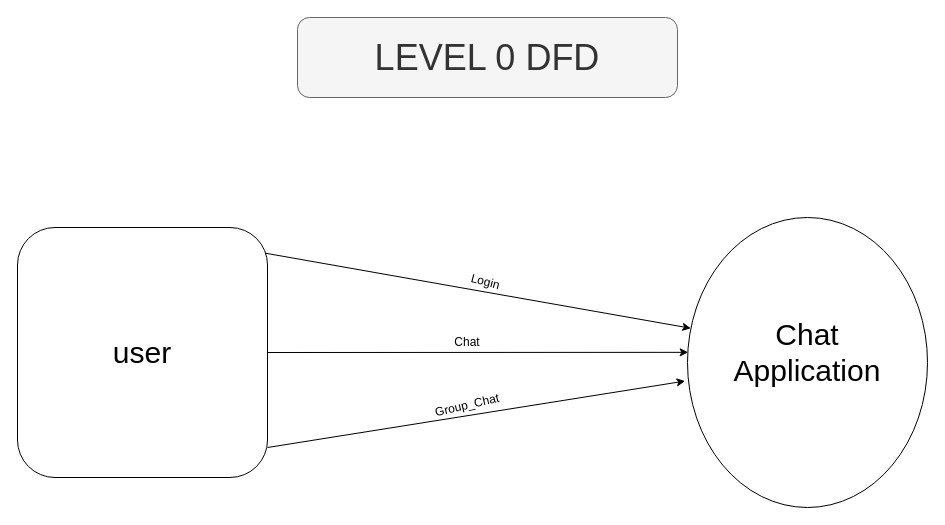
The draw.io diagram page "Page-2" (2 of 2) of Untitled Diagram.drawio in chetan-v/check, before the edit. Source tidied: cells renumbered, new cells numbered last; positions are measured from the earlier drawing's top-left corner, leaving out a move shared by most shapes. Both pictures are drawn from the tidied source at 100%, with x=0, y=0 at pixel (17, 17).
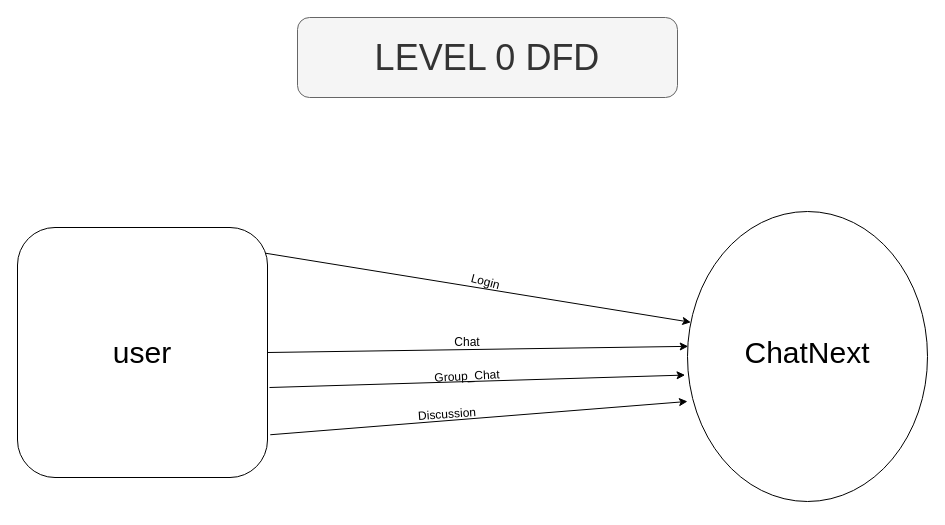
The same page after the edit.

What changed in the source:
```diff
@@
 <mxGraphModel>
   <root>
     <mxCell id="0" />
     <mxCell id="1" parent="0" />
     <mxCell id="2" value="&lt;font style=&quot;font-size: 36px;&quot;&gt;LEVEL 0 DFD&lt;/font&gt;" style="rounded=1;whiteSpace=wrap;html=1;fillColor=#f5f5f5;fontColor=#333333;strokeColor=#666666;" parent="1" vertex="1">
       <mxGeometry x="280" width="380" height="80" as="geometry" />
     </mxCell>
     <mxCell id="3" style="ellipse;whiteSpace=wrap;html=1;direction=south;" parent="1" vertex="1">
-      <mxGeometry x="670" y="200" width="240" height="290" as="geometry" />
+      <mxGeometry x="670" y="194" width="240" height="290" as="geometry" />
     </mxCell>
-    <mxCell id="4" value="&lt;font style=&quot;font-size: 30px;&quot;&gt;Chat&lt;br&gt;Application&lt;/font&gt;" style="text;html=1;strokeColor=none;fillColor=none;align=center;verticalAlign=middle;whiteSpace=wrap;rounded=0;" parent="1" vertex="1">
+    <mxCell id="4" value="&lt;span style=&quot;font-size: 30px;&quot;&gt;ChatNext&lt;/span&gt;" style="text;html=1;strokeColor=none;fillColor=none;align=center;verticalAlign=middle;whiteSpace=wrap;rounded=0;" parent="1" vertex="1">
       <mxGeometry x="710" y="280" width="160" height="110" as="geometry" />
     </mxCell>
     <mxCell id="5" style="rounded=1;whiteSpace=wrap;html=1;" parent="1" vertex="1">
       <mxGeometry y="210" width="250" height="250" as="geometry" />
     </mxCell>
     <mxCell id="6" value="&lt;font style=&quot;font-size: 30px;&quot;&gt;user&lt;/font&gt;" style="text;html=1;strokeColor=none;fillColor=none;align=center;verticalAlign=middle;whiteSpace=wrap;rounded=0;" parent="1" vertex="1">
       <mxGeometry x="95" y="320" width="60" height="30" as="geometry" />
     </mxCell>
     <mxCell id="7" style="endArrow=classic;html=1;rounded=0;exitX=0.993;exitY=0.103;exitDx=0;exitDy=0;exitPerimeter=0;entryX=0.382;entryY=0.986;entryDx=0;entryDy=0;entryPerimeter=0;" parent="1" edge="1" source="5" target="3">
       <mxGeometry relative="1" as="geometry" />
     </mxCell>
     <mxCell id="8" value="Login&amp;nbsp;" style="text;html=1;strokeColor=none;fillColor=none;align=center;verticalAlign=middle;whiteSpace=wrap;rounded=0;rotation=15;" parent="1" vertex="1">
       <mxGeometry x="440" y="250" width="60" height="30" as="geometry" />
     </mxCell>
     <mxCell id="9" style="endArrow=classic;html=1;rounded=0;exitX=1;exitY=0.5;exitDx=0;exitDy=0;entryX=0.465;entryY=0.997;entryDx=0;entryDy=0;entryPerimeter=0;" parent="1" edge="1" source="5" target="3">
       <mxGeometry relative="1" as="geometry" />
     </mxCell>
     <mxCell id="10" value="Chat" style="text;html=1;strokeColor=none;fillColor=none;align=center;verticalAlign=middle;whiteSpace=wrap;rounded=0;" parent="1" vertex="1">
       <mxGeometry x="420" y="310" width="60" height="30" as="geometry" />
     </mxCell>
-    <mxCell id="11" style="endArrow=classic;html=1;rounded=0;entryX=0.564;entryY=1.01;entryDx=0;entryDy=0;entryPerimeter=0;" parent="1" edge="1" target="3">
-      <mxGeometry relative="1" as="geometry">
-        <mxPoint x="250" y="430" as="sourcePoint" />
-      </mxGeometry>
+    <mxCell id="11" style="endArrow=classic;html=1;rounded=0;entryX=0.564;entryY=1.01;entryDx=0;entryDy=0;entryPerimeter=0;exitX=1.008;exitY=0.64;exitDx=0;exitDy=0;exitPerimeter=0;" parent="1" edge="1" source="5" target="3">
+      <mxGeometry relative="1" as="geometry" />
     </mxCell>
-    <mxCell id="12" value="Group_Chat" style="text;html=1;strokeColor=none;fillColor=none;align=center;verticalAlign=middle;whiteSpace=wrap;rounded=0;rotation=347;" parent="1" vertex="1">
-      <mxGeometry x="420" y="373" width="60" height="30" as="geometry" />
+    <mxCell id="12" value="Group_Chat" style="text;html=1;strokeColor=none;fillColor=none;align=center;verticalAlign=middle;whiteSpace=wrap;rounded=0;rotation=357;" parent="1" vertex="1">
+      <mxGeometry x="420" y="344" width="60" height="30" as="geometry" />
     </mxCell>
+    <mxCell id="13" style="endArrow=classic;html=1;rounded=0;exitX=1.011;exitY=0.829;exitDx=0;exitDy=0;exitPerimeter=0;entryX=0.655;entryY=1;entryDx=0;entryDy=0;entryPerimeter=0;" parent="1" edge="1" source="5" target="3">
+      <mxGeometry relative="1" as="geometry" />
+    </mxCell>
+    <mxCell id="14" value="Discussion" style="text;html=1;strokeColor=none;fillColor=none;align=center;verticalAlign=middle;whiteSpace=wrap;rounded=0;rotation=356;" parent="1" vertex="1">
+      <mxGeometry x="400" y="382" width="60" height="30" as="geometry" />
+    </mxCell>
   </root>
 </mxGraphModel>
```
